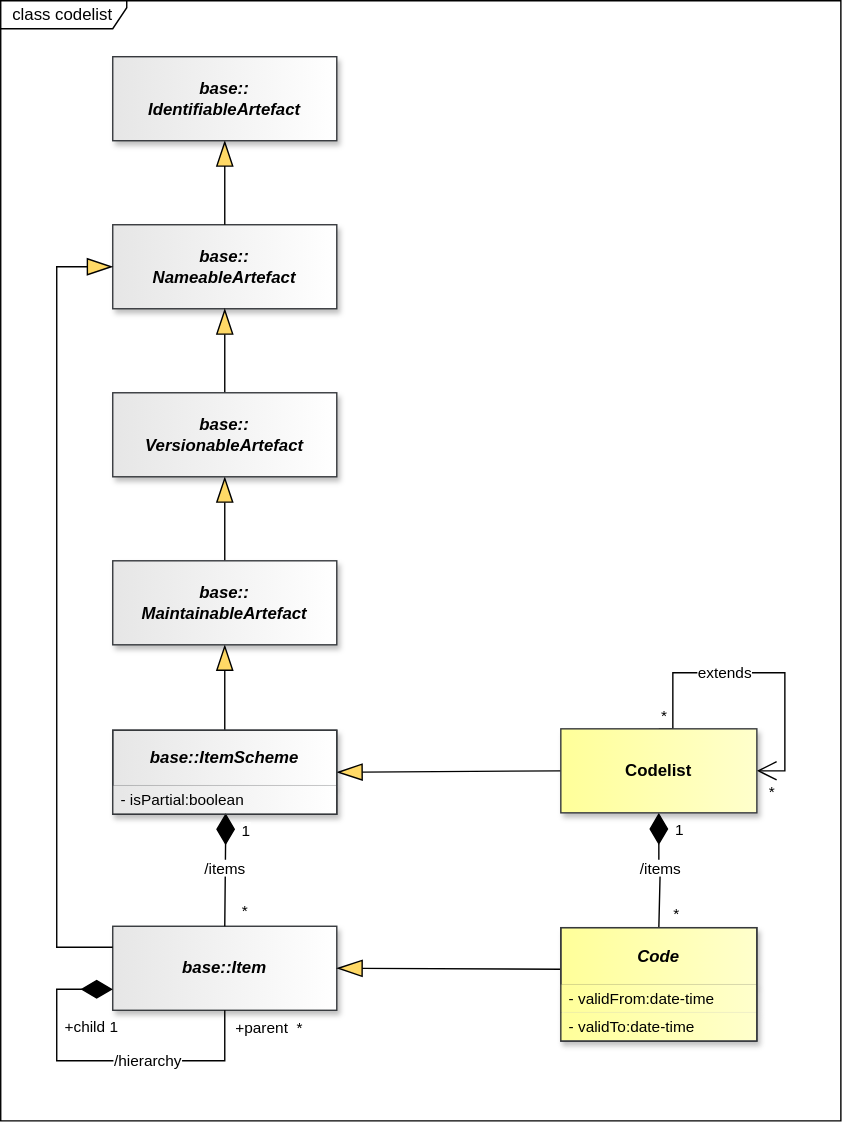
The draw.io diagram docs/information_model/media/sdmx_codelist-codelist.svg in sdmx-twg/sdmx-im, before a commit. Source tidied: cells renumbered, new cells last; positions are measured from the earlier drawing's top-left corner, leaving out a move shared by most shapes.
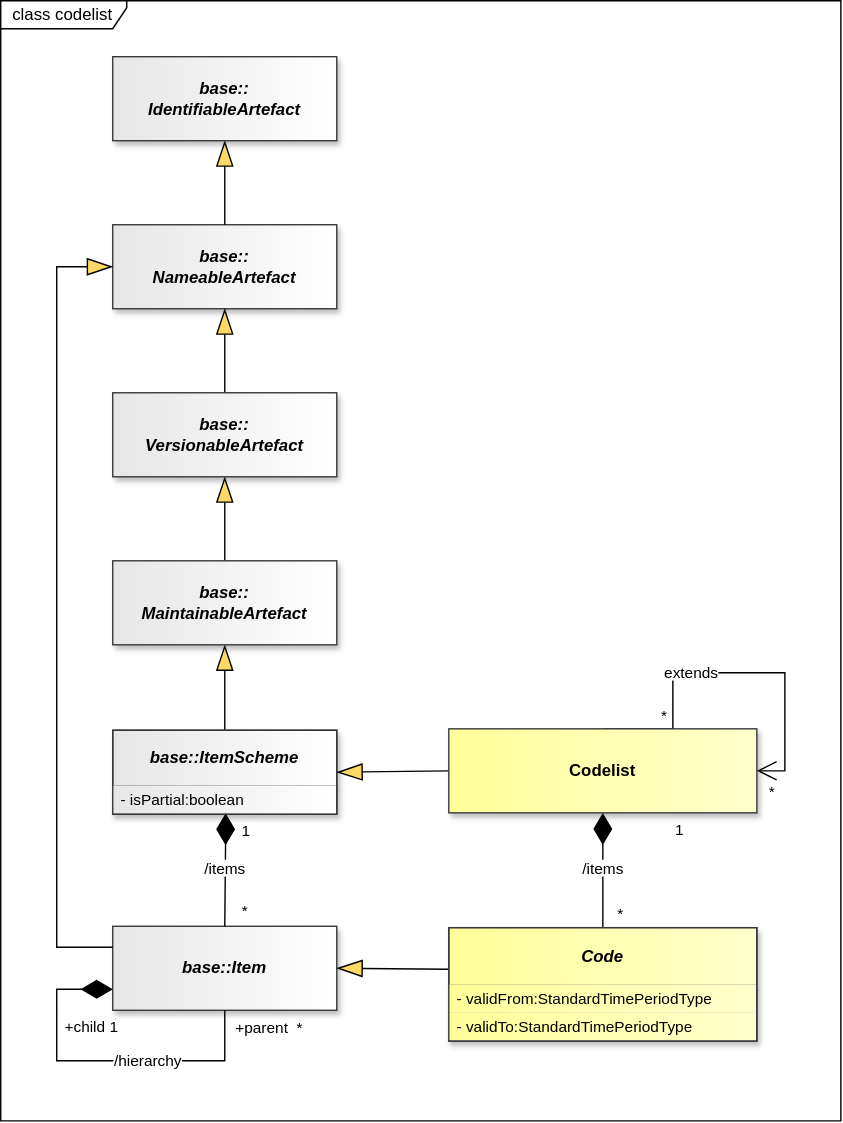
After the change.

Commit message:
https://github.com/sdmx-twg/sdmx-im/issues/40

The edit, as a diff of the source:
```diff
@@ -99,13 +99,8 @@
         <mxPoint x="56" as="offset" />
       </mxGeometry>
     </mxCell>
-    <mxCell id="31" value="&lt;font style=&quot;color: light-dark(rgb(0, 0, 0), rgb(255, 255, 255)); background-color: light-dark(rgb(255, 255, 255), rgb(0, 0, 0));&quot;&gt;/items&lt;/font&gt;" style="endArrow=none;html=1;endSize=12;startArrow=diamondThin;startSize=20;startFill=1;edgeStyle=orthogonalEdgeStyle;rounded=0;endFill=0;strokeColor=light-dark(#000000,#FFFFFF);fontColor=light-dark(#000000,#FFFFFF);labelBackgroundColor=none;exitX=0.5;exitY=1;exitDx=0;exitDy=0;entryX=0.5;entryY=0;entryDx=0;entryDy=0;" parent="1" edge="1" source="45" target="46">
-      <mxGeometry x="-0.01" relative="1" as="geometry">
-        <Array as="points">
-          <mxPoint x="471" y="620" />
-          <mxPoint x="470" y="662" />
-        </Array>
-      </mxGeometry>
+    <mxCell id="31" value="&lt;font style=&quot;color: light-dark(rgb(0, 0, 0), rgb(255, 255, 255)); background-color: light-dark(rgb(255, 255, 255), rgb(0, 0, 0));&quot;&gt;/items&lt;/font&gt;" style="endArrow=none;html=1;endSize=12;startArrow=diamondThin;startSize=20;startFill=1;rounded=0;endFill=0;strokeColor=light-dark(#000000,#FFFFFF);fontColor=light-dark(#000000,#FFFFFF);labelBackgroundColor=none;exitX=0.5;exitY=1;exitDx=0;exitDy=0;entryX=0.5;entryY=0;entryDx=0;entryDy=0;" parent="1" edge="1" source="45" target="46">
+      <mxGeometry x="-0.02" relative="1" as="geometry" />
     </mxCell>
     <mxCell id="32" value="*" style="edgeLabel;html=1;align=right;verticalAlign=top;labelBackgroundColor=none;fontColor=light-dark(#000000,#FFFFFF);" parent="31" vertex="1">
       <mxGeometry x="1" relative="1" as="geometry">
@@ -170,22 +165,22 @@
       </mxGeometry>
     </mxCell>
     <mxCell id="45" value="&lt;span&gt;&lt;span&gt;Codelist&lt;/span&gt;&lt;/span&gt;" style="whiteSpace=wrap;html=1;verticalAlign=middle;gradientDirection=east;imageVerticalAlign=top;fontStyle=1;fillColor=light-dark(#FFFF99,#FFFF99);strokeColor=#36393d;fontColor=light-dark(#000000,#000000);gradientColor=light-dark(#FFFFCC,#FFFFCC);shadow=1;" parent="1" vertex="1">
-      <mxGeometry x="400" y="520" width="140" height="60" as="geometry" />
+      <mxGeometry x="320" y="520" width="220" height="60" as="geometry" />
     </mxCell>
     <mxCell id="46" value="Code" style="swimlane;fontStyle=3;align=center;verticalAlign=middle;horizontal=1;startSize=41;whiteSpace=wrap;html=1;strokeColor=#36393d;fontFamily=Helvetica;fontSize=12;fillColor=light-dark(#FFFF99,#FFFF99);gradientDirection=east;gradientColor=light-dark(#FFFFCC,#FFFFCC);fontColor=light-dark(#000000,#000000);shadow=1;" parent="1" vertex="1">
-      <mxGeometry x="400" y="662" width="140" height="81" as="geometry" />
+      <mxGeometry x="320" y="662" width="220" height="81" as="geometry" />
     </mxCell>
-    <mxCell id="47" value="- validFrom:date-time" style="text;strokeColor=none;fillColor=light-dark(#FFFF99,#FFFF99);align=left;verticalAlign=middle;spacingLeft=4;spacingRight=4;overflow=hidden;whiteSpace=wrap;html=1;fontFamily=Helvetica;fontSize=11;fontColor=light-dark(#000000,#000000);fontStyle=0;gradientColor=light-dark(#FFFFCC,#FFFFCC);gradientDirection=east;shadow=1;" parent="46" vertex="1">
-      <mxGeometry y="41" width="140" height="20" as="geometry" />
+    <mxCell id="47" value="- validFrom:StandardTimePeriodType" style="text;strokeColor=none;fillColor=light-dark(#FFFF99,#FFFF99);align=left;verticalAlign=middle;spacingLeft=4;spacingRight=4;overflow=hidden;whiteSpace=wrap;html=1;fontFamily=Helvetica;fontSize=11;fontColor=light-dark(#000000,#000000);fontStyle=0;gradientColor=light-dark(#FFFFCC,#FFFFCC);gradientDirection=east;shadow=1;" parent="46" vertex="1">
+      <mxGeometry y="41" width="220" height="20" as="geometry" />
     </mxCell>
-    <mxCell id="48" value="- validTo:date-time" style="text;strokeColor=none;fillColor=light-dark(#FFFF99,#FFFF99);align=left;verticalAlign=middle;spacingLeft=4;spacingRight=4;overflow=hidden;whiteSpace=wrap;html=1;fontFamily=Helvetica;fontSize=11;fontColor=light-dark(#000000,#000000);fontStyle=0;gradientColor=light-dark(#FFFFCC,#FFFFCC);gradientDirection=east;shadow=1;" parent="46" vertex="1">
-      <mxGeometry y="61" width="140" height="20" as="geometry" />
+    <mxCell id="48" value="- validTo:StandardTimePeriodType" style="text;strokeColor=none;fillColor=light-dark(#FFFF99,#FFFF99);align=left;verticalAlign=middle;spacingLeft=4;spacingRight=4;overflow=hidden;whiteSpace=wrap;html=1;fontFamily=Helvetica;fontSize=11;fontColor=light-dark(#000000,#000000);fontStyle=0;gradientColor=light-dark(#FFFFCC,#FFFFCC);gradientDirection=east;shadow=1;" parent="46" vertex="1">
+      <mxGeometry y="61" width="220" height="20" as="geometry" />
     </mxCell>
     <mxCell id="49" style="rounded=0;whiteSpace=wrap;html=1;fillColor=none;strokeColor=#36393D;" parent="1" vertex="1">
       <mxGeometry x="80" y="521" width="160" height="60" as="geometry" />
     </mxCell>
     <mxCell id="50" style="rounded=0;whiteSpace=wrap;html=1;fillColor=none;strokeColor=#36393D;" parent="1" vertex="1">
-      <mxGeometry x="400" y="662" width="140" height="81" as="geometry" />
+      <mxGeometry x="320" y="662" width="220" height="81" as="geometry" />
     </mxCell>
     <mxCell id="51" value="base::&lt;br&gt;IdentifiableArtefact" style="whiteSpace=wrap;html=1;verticalAlign=middle;gradientDirection=east;imageVerticalAlign=top;fontStyle=3;fillColor=light-dark(#E6E6E6,#E6E6E6);strokeColor=#36393D;fontColor=light-dark(#000000,#000000);gradientColor=light-dark(#FFFFFF,#FFFFFF);shadow=1;" parent="1" vertex="1">
       <mxGeometry x="80" y="40" width="160" height="60" as="geometry" />
```
